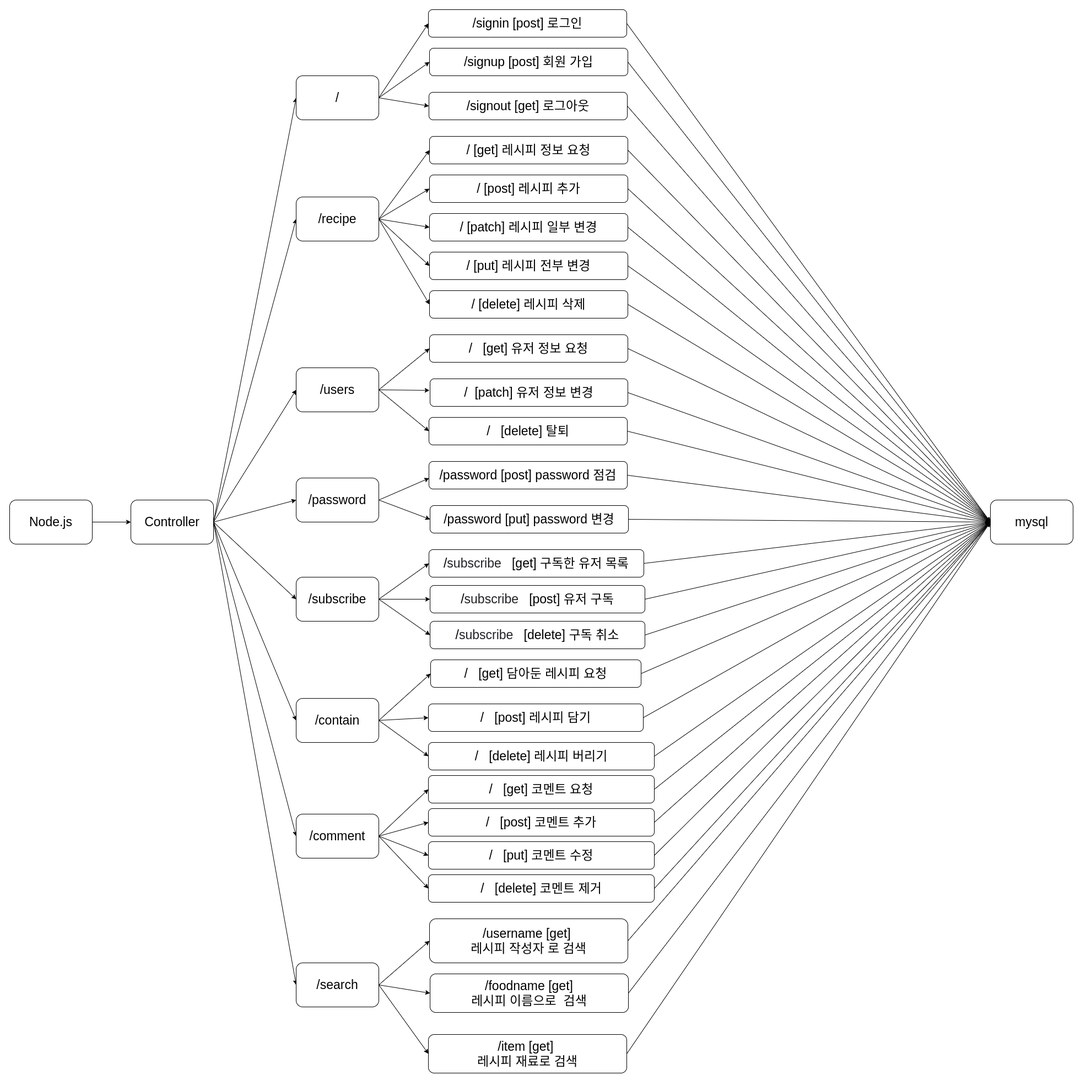
The draw.io diagram images/back_flow.png in triple486/Recipe_101-client-, before a commit. Source tidied: cells renumbered, new cells last; positions are measured from the earlier drawing's top-left corner, leaving out a move shared by most shapes.
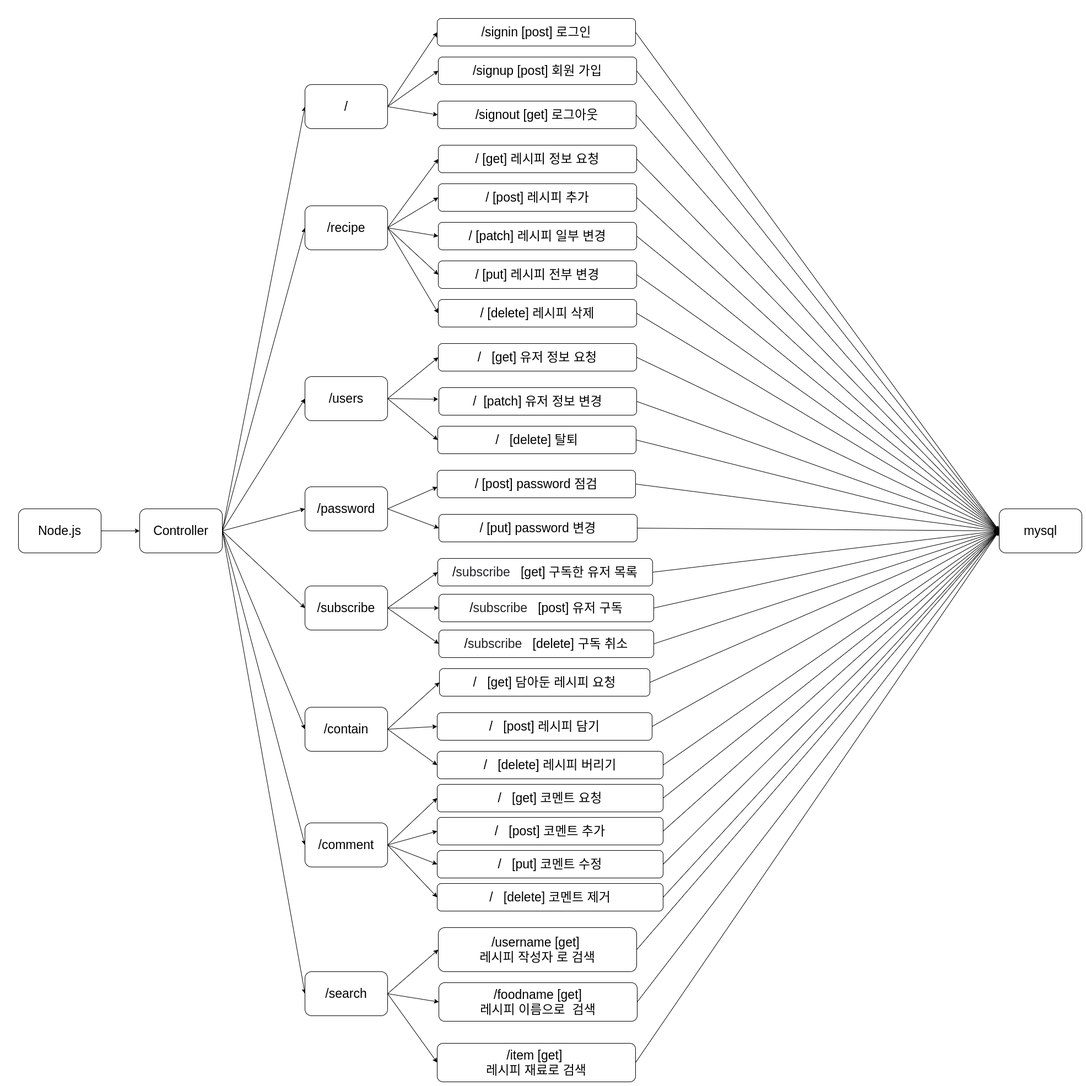
After the change.

What changed in the source:
```diff
@@ -136,8 +136,8 @@
     <mxCell id="45" style="edgeStyle=none;rounded=0;jettySize=auto;html=1;exitX=1;exitY=0.5;exitDx=0;exitDy=0;fontSize=23;startArrow=none;startFill=0;endArrow=classic;endFill=1;entryX=0;entryY=0.5;entryDx=0;entryDy=0;" parent="1" edge="1" source="46" target="71">
       <mxGeometry relative="1" as="geometry" />
     </mxCell>
-    <mxCell id="46" value="/password [post] password 점검" style="text;html=1;align=center;verticalAlign=middle;whiteSpace=wrap;rounded=1;strokeColor=#000000;fontSize=23;fillColor=#ffffff;" parent="1" vertex="1">
-      <mxGeometry x="761" y="820" width="360" height="50" as="geometry" />
+    <mxCell id="46" value="/ [post] password 점검" style="text;html=1;align=center;verticalAlign=middle;whiteSpace=wrap;rounded=1;strokeColor=#000000;fontSize=23;fillColor=#ffffff;" parent="1" vertex="1">
+      <mxGeometry x="760" y="820" width="360" height="50" as="geometry" />
     </mxCell>
     <mxCell id="47" style="edgeStyle=none;rounded=0;jettySize=auto;html=1;exitX=1;exitY=0.5;exitDx=0;exitDy=0;fontSize=23;startArrow=none;startFill=0;endArrow=classic;endFill=1;entryX=0;entryY=0.5;entryDx=0;entryDy=0;" parent="1" edge="1" source="48" target="71">
       <mxGeometry relative="1" as="geometry" />
@@ -151,7 +151,7 @@
     <mxCell id="50" style="edgeStyle=none;rounded=0;jettySize=auto;html=1;exitX=1;exitY=0.5;exitDx=0;exitDy=0;fontSize=23;startArrow=none;startFill=0;endArrow=classic;endFill=1;entryX=0;entryY=0.5;entryDx=0;entryDy=0;" parent="1" edge="1" source="51" target="71">
       <mxGeometry relative="1" as="geometry" />
     </mxCell>
-    <mxCell id="51" value="/password [put] password 변경" style="text;html=1;align=center;verticalAlign=middle;whiteSpace=wrap;rounded=1;strokeColor=#000000;fontSize=23;fillColor=#ffffff;" parent="1" vertex="1">
+    <mxCell id="51" value="/&amp;nbsp;[put] password 변경" style="text;html=1;align=center;verticalAlign=middle;whiteSpace=wrap;rounded=1;strokeColor=#000000;fontSize=23;fillColor=#ffffff;" parent="1" vertex="1">
       <mxGeometry x="763" y="900" width="360" height="50" as="geometry" />
     </mxCell>
     <mxCell id="52" style="edgeStyle=none;rounded=0;jettySize=auto;html=1;entryX=1;entryY=0.5;entryDx=0;entryDy=0;fontSize=23;startArrow=classic;startFill=1;endArrow=none;endFill=0;exitX=0;exitY=0.5;exitDx=0;exitDy=0;" parent="1" edge="1" source="54" target="30">
```
